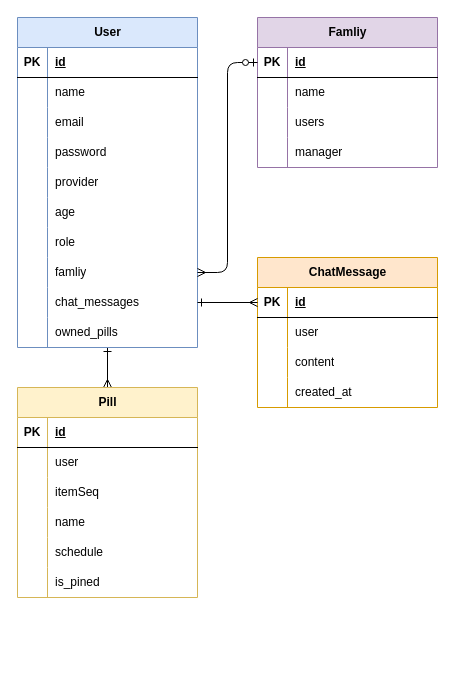
This is ERD.drawio from ssu-unithon/Pillink-Backend, a draw.io file, before an edit. Source tidied: cells renumbered, new cells numbered last; positions are measured from the earlier drawing's top-left corner, leaving out a move shared by most shapes. Both pictures are drawn from the tidied source at 100%, with x=0, y=0 at pixel (17, 17).
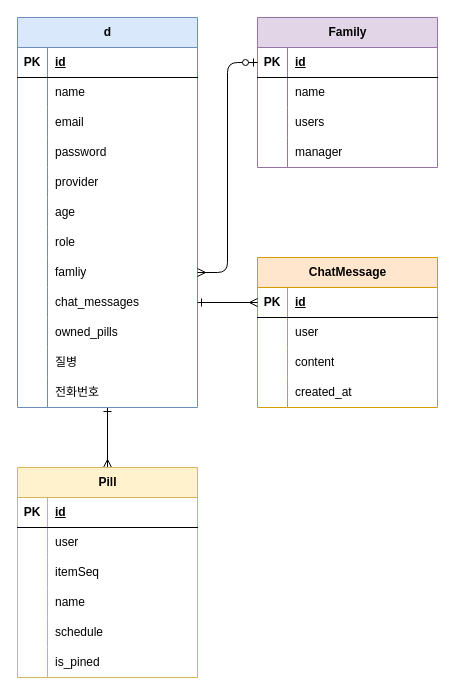
Above is the later version.

Change to the diagram source:
```diff
@@
-    <mxCell id="3" value="User" style="shape=table;startSize=30;childLayout=tableLayout;rowLines=0;fontStyle=1;align=center;html=1;labelBackgroundColor=none;rounded=0;fillColor=#dae8fc;strokeColor=#6c8ebf;" parent="1" vertex="1">
-      <mxGeometry width="180" height="330" as="geometry" />
+    <mxCell id="3" value="d" style="shape=table;startSize=30;childLayout=tableLayout;rowLines=0;fontStyle=1;align=center;html=1;labelBackgroundColor=none;rounded=0;fillColor=#dae8fc;strokeColor=#6c8ebf;" parent="1" vertex="1">
+      <mxGeometry width="180" height="390" as="geometry" />
     </mxCell>
@@
+    <mxCell id="81" style="shape=tableRow;horizontal=0;startSize=0;swimlaneHead=0;swimlaneBody=0;fillColor=none;top=0;left=0;right=0;bottom=0;labelBackgroundColor=none;rounded=0;" parent="3" vertex="1">
+      <mxGeometry y="330" width="180" height="30" as="geometry" />
+    </mxCell>
+    <mxCell id="82" style="shape=partialRectangle;fillColor=none;top=0;left=0;bottom=0;right=0;overflow=hidden;whiteSpace=wrap;html=1;labelBackgroundColor=none;rounded=0;" parent="81" vertex="1">
+      <mxGeometry width="30" height="30" as="geometry" />
+    </mxCell>
+    <mxCell id="83" value="질병" style="shape=partialRectangle;fillColor=none;top=0;left=0;bottom=0;right=0;align=left;spacingLeft=6;overflow=hidden;whiteSpace=wrap;html=1;labelBackgroundColor=none;rounded=0;" parent="81" vertex="1">
+      <mxGeometry x="30" width="150" height="30" as="geometry" />
+    </mxCell>
+    <mxCell id="84" style="shape=tableRow;horizontal=0;startSize=0;swimlaneHead=0;swimlaneBody=0;fillColor=none;top=0;left=0;right=0;bottom=0;labelBackgroundColor=none;rounded=0;" parent="3" vertex="1">
+      <mxGeometry y="360" width="180" height="30" as="geometry" />
+    </mxCell>
+    <mxCell id="85" style="shape=partialRectangle;fillColor=none;top=0;left=0;bottom=0;right=0;overflow=hidden;whiteSpace=wrap;html=1;labelBackgroundColor=none;rounded=0;" parent="84" vertex="1">
+      <mxGeometry width="30" height="30" as="geometry" />
+    </mxCell>
+    <mxCell id="86" value="전화번호" style="shape=partialRectangle;fillColor=none;top=0;left=0;bottom=0;right=0;align=left;spacingLeft=6;overflow=hidden;whiteSpace=wrap;html=1;labelBackgroundColor=none;rounded=0;" parent="84" vertex="1">
+      <mxGeometry x="30" width="150" height="30" as="geometry" />
+    </mxCell>
     <mxCell id="34" value="Pill" style="shape=table;startSize=30;childLayout=tableLayout;rowLines=0;fontStyle=1;align=center;html=1;labelBackgroundColor=none;rounded=0;fillColor=#fff2cc;strokeColor=#d6b656;" parent="1" vertex="1">
-      <mxGeometry y="370" width="180" height="210" as="geometry" />
+      <mxGeometry y="450" width="180" height="210" as="geometry" />
     </mxCell>
@@
-    <mxCell id="53" value="Famliy" style="shape=table;startSize=30;childLayout=tableLayout;rowLines=0;fontStyle=1;align=center;html=1;labelBackgroundColor=none;fillColor=#e1d5e7;strokeColor=#9673a6;" parent="1" vertex="1">
+    <mxCell id="53" value="Famil&lt;span style=&quot;background-color: transparent; color: light-dark(rgb(0, 0, 0), rgb(255, 255, 255));&quot;&gt;y&lt;/span&gt;" style="shape=table;startSize=30;childLayout=tableLayout;rowLines=0;fontStyle=1;align=center;html=1;labelBackgroundColor=none;fillColor=#e1d5e7;strokeColor=#9673a6;" parent="1" vertex="1">
       <mxGeometry x="240" width="180" height="150" as="geometry" />
     </mxCell>
```
